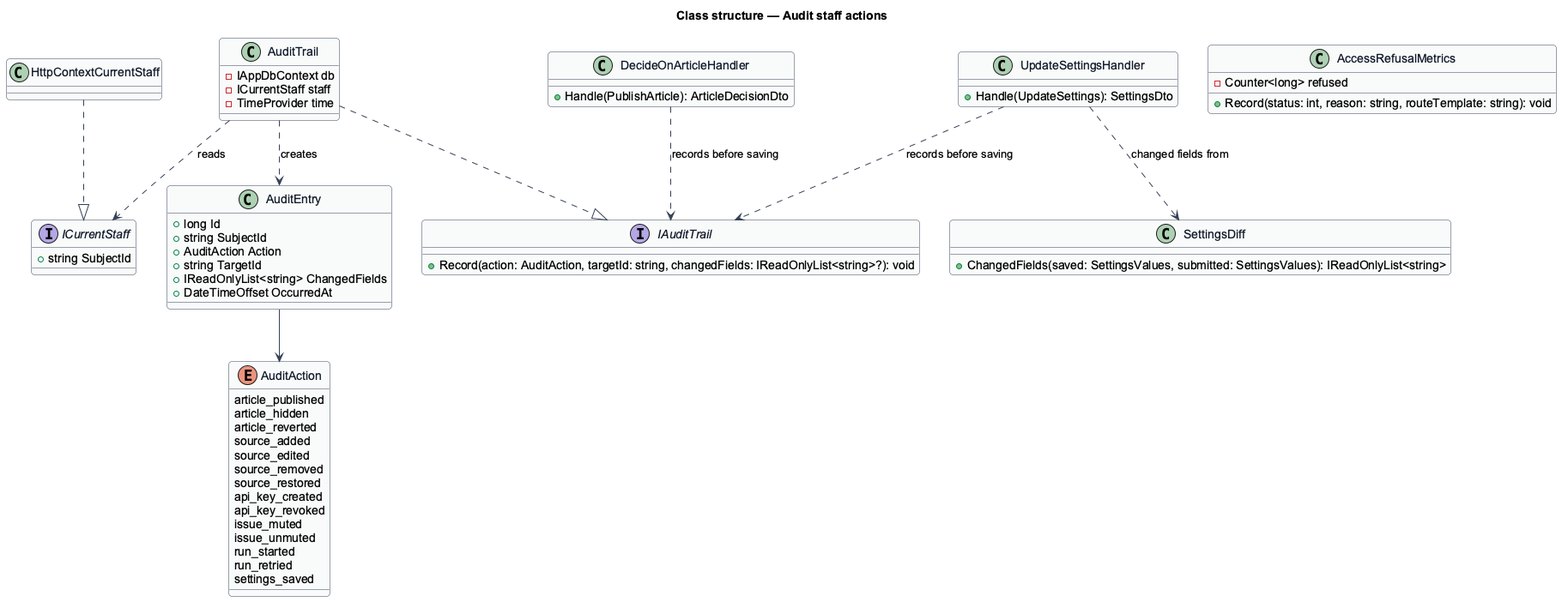
Earlier version of the PlantUML export docs/detailed-designs/operations/audit-staff-actions/diagrams/class-structure.png (QuinntyneBrown/keryx).
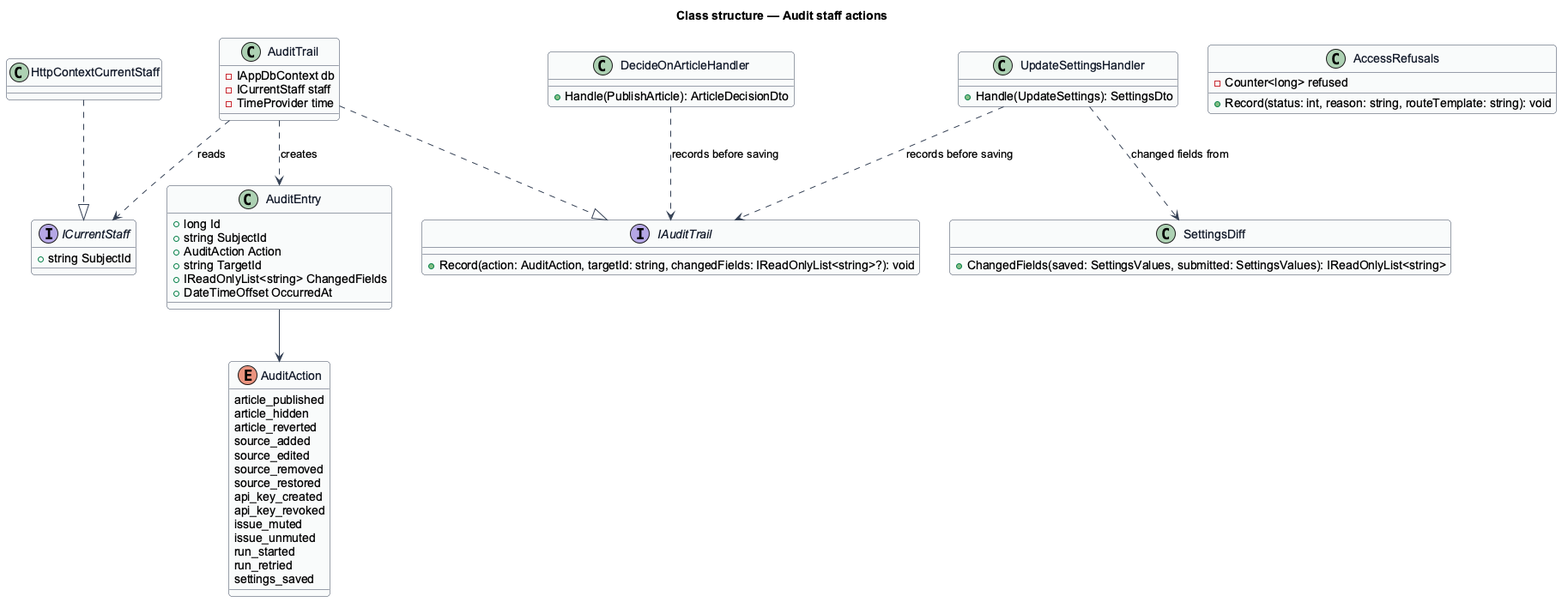
The same diagram one commit later.

Change to the diagram source:
```diff
@@ -56,7 +56,7 @@
 class SettingsDiff {
   +ChangedFields(saved: SettingsValues, submitted: SettingsValues): IReadOnlyList<string>
 }
-class AccessRefusalMetrics {
+class AccessRefusals {
   -Counter<long> refused
   +Record(status: int, reason: string, routeTemplate: string): void
 }
```
